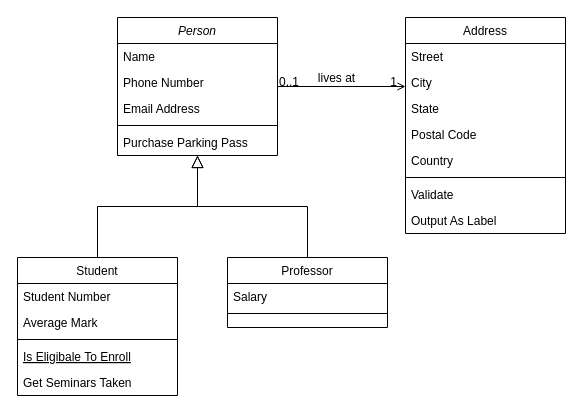
JonaCaillou/EjercicioTraineeOnready keeps this draw.io diagram as Untitled Diagram.drawio. Above is the earlier version. Source tidied: cells renumbered, new cells numbered last; positions are measured from the earlier drawing's top-left corner, leaving out a move shared by most shapes. Both pictures are drawn from the tidied source at 100%, with x=0, y=0 at pixel (17, 17).
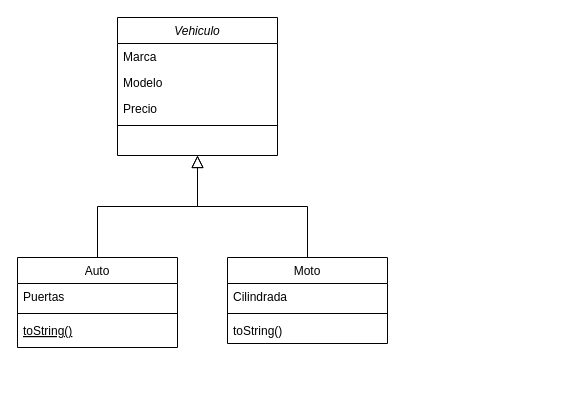
After the change.

The edit, as a diff of the source:
```diff
@@
-    <mxCell id="2" value="Person" style="swimlane;fontStyle=2;align=center;verticalAlign=top;horizontal=1;startSize=26;rounded=0;shadow=0;strokeWidth=1;" parent="1" vertex="1">
+    <mxCell id="2" value="Vehiculo" style="swimlane;fontStyle=2;align=center;verticalAlign=top;horizontal=1;startSize=26;rounded=0;shadow=0;strokeWidth=1;" parent="1" vertex="1">
       <mxGeometry x="100" width="160" height="138" as="geometry" />
     </mxCell>
-    <mxCell id="3" value="Name" style="text;align=left;verticalAlign=top;spacingLeft=4;spacingRight=4;overflow=hidden;" parent="2" vertex="1">
+    <mxCell id="3" value="Marca" style="text;align=left;verticalAlign=top;spacingLeft=4;spacingRight=4;overflow=hidden;" parent="2" vertex="1">
       <mxGeometry y="26" width="160" height="26" as="geometry" />
     </mxCell>
-    <mxCell id="4" value="Phone Number" style="text;align=left;verticalAlign=top;spacingLeft=4;spacingRight=4;overflow=hidden;rounded=0;shadow=0;html=0;" parent="2" vertex="1">
+    <mxCell id="4" value="Modelo" style="text;align=left;verticalAlign=top;spacingLeft=4;spacingRight=4;overflow=hidden;rounded=0;shadow=0;html=0;" parent="2" vertex="1">
       <mxGeometry y="52" width="160" height="26" as="geometry" />
     </mxCell>
-    <mxCell id="5" value="Email Address" style="text;align=left;verticalAlign=top;spacingLeft=4;spacingRight=4;overflow=hidden;rounded=0;shadow=0;html=0;" parent="2" vertex="1">
+    <mxCell id="5" value="Precio" style="text;align=left;verticalAlign=top;spacingLeft=4;spacingRight=4;overflow=hidden;rounded=0;shadow=0;html=0;" parent="2" vertex="1">
       <mxGeometry y="78" width="160" height="26" as="geometry" />
     </mxCell>
@@
-    <mxCell id="7" value="Purchase Parking Pass" style="text;align=left;verticalAlign=top;spacingLeft=4;spacingRight=4;overflow=hidden;" parent="2" vertex="1">
-      <mxGeometry y="112" width="160" height="26" as="geometry" />
-    </mxCell>
-    <mxCell id="8" value="Student" style="swimlane;fontStyle=0;align=center;verticalAlign=top;horizontal=1;startSize=26;rounded=0;shadow=0;strokeWidth=1;" parent="1" vertex="1">
-      <mxGeometry y="240" width="160" height="138" as="geometry" />
+    <mxCell id="8" value="Auto" style="swimlane;fontStyle=0;align=center;verticalAlign=top;horizontal=1;startSize=26;rounded=0;shadow=0;strokeWidth=1;" parent="1" vertex="1">
+      <mxGeometry y="240" width="160" height="90" as="geometry" />
     </mxCell>
-    <mxCell id="9" value="Student Number" style="text;align=left;verticalAlign=top;spacingLeft=4;spacingRight=4;overflow=hidden;" parent="8" vertex="1">
+    <mxCell id="9" value="Puertas" style="text;align=left;verticalAlign=top;spacingLeft=4;spacingRight=4;overflow=hidden;" parent="8" vertex="1">
       <mxGeometry y="26" width="160" height="26" as="geometry" />
     </mxCell>
-    <mxCell id="10" value="Average Mark" style="text;align=left;verticalAlign=top;spacingLeft=4;spacingRight=4;overflow=hidden;rounded=0;shadow=0;html=0;" parent="8" vertex="1">
-      <mxGeometry y="52" width="160" height="26" as="geometry" />
-    </mxCell>
     <mxCell id="11" style="line;html=1;strokeWidth=1;align=left;verticalAlign=middle;spacingTop=-1;spacingLeft=3;spacingRight=3;labelPosition=right;" parent="8" vertex="1">
-      <mxGeometry y="78" width="160" height="8" as="geometry" />
+      <mxGeometry y="52" width="160" height="8" as="geometry" />
     </mxCell>
-    <mxCell id="12" value="Is Eligibale To Enroll" style="text;align=left;verticalAlign=top;spacingLeft=4;spacingRight=4;overflow=hidden;fontStyle=4;" parent="8" vertex="1">
-      <mxGeometry y="86" width="160" height="26" as="geometry" />
+    <mxCell id="12" value="toString()" style="text;align=left;verticalAlign=top;spacingLeft=4;spacingRight=4;overflow=hidden;fontStyle=4;" parent="8" vertex="1">
+      <mxGeometry y="60" width="160" height="26" as="geometry" />
     </mxCell>
-    <mxCell id="13" value="Get Seminars Taken" style="text;align=left;verticalAlign=top;spacingLeft=4;spacingRight=4;overflow=hidden;" parent="8" vertex="1">
-      <mxGeometry y="112" width="160" height="26" as="geometry" />
-    </mxCell>
@@
-    <mxCell id="15" value="Professor" style="swimlane;fontStyle=0;align=center;verticalAlign=top;horizontal=1;startSize=26;rounded=0;shadow=0;strokeWidth=1;" parent="1" vertex="1">
-      <mxGeometry x="210" y="240" width="160" height="70" as="geometry" />
+    <mxCell id="15" value="Moto" style="swimlane;fontStyle=0;align=center;verticalAlign=top;horizontal=1;startSize=26;rounded=0;shadow=0;strokeWidth=1;" parent="1" vertex="1">
+      <mxGeometry x="210" y="240" width="160" height="86" as="geometry" />
     </mxCell>
-    <mxCell id="16" value="Salary" style="text;align=left;verticalAlign=top;spacingLeft=4;spacingRight=4;overflow=hidden;" parent="15" vertex="1">
+    <mxCell id="16" value="Cilindrada" style="text;align=left;verticalAlign=top;spacingLeft=4;spacingRight=4;overflow=hidden;" parent="15" vertex="1">
       <mxGeometry y="26" width="160" height="26" as="geometry" />
     </mxCell>
@@
+    <mxCell id="32" value="toString()" style="text;align=left;verticalAlign=top;spacingLeft=4;spacingRight=4;overflow=hidden;" parent="15" vertex="1">
+      <mxGeometry y="60" width="160" height="26" as="geometry" />
+    </mxCell>
@@
-    <mxCell id="19" value="Address" style="swimlane;fontStyle=0;align=center;verticalAlign=top;horizontal=1;startSize=26;rounded=0;shadow=0;strokeWidth=1;" parent="1" vertex="1">
-      <mxGeometry x="388" width="160" height="216" as="geometry" />
-    </mxCell>
-    <mxCell id="20" value="Street" style="text;align=left;verticalAlign=top;spacingLeft=4;spacingRight=4;overflow=hidden;" parent="19" vertex="1">
-      <mxGeometry y="26" width="160" height="26" as="geometry" />
-    </mxCell>
-    <mxCell id="21" value="City" style="text;align=left;verticalAlign=top;spacingLeft=4;spacingRight=4;overflow=hidden;rounded=0;shadow=0;html=0;" parent="19" vertex="1">
-      <mxGeometry y="52" width="160" height="26" as="geometry" />
-    </mxCell>
-    <mxCell id="22" value="State" style="text;align=left;verticalAlign=top;spacingLeft=4;spacingRight=4;overflow=hidden;rounded=0;shadow=0;html=0;" parent="19" vertex="1">
-      <mxGeometry y="78" width="160" height="26" as="geometry" />
-    </mxCell>
-    <mxCell id="23" value="Postal Code" style="text;align=left;verticalAlign=top;spacingLeft=4;spacingRight=4;overflow=hidden;rounded=0;shadow=0;html=0;" parent="19" vertex="1">
-      <mxGeometry y="104" width="160" height="26" as="geometry" />
-    </mxCell>
-    <mxCell id="24" value="Country" style="text;align=left;verticalAlign=top;spacingLeft=4;spacingRight=4;overflow=hidden;rounded=0;shadow=0;html=0;" parent="19" vertex="1">
-      <mxGeometry y="130" width="160" height="26" as="geometry" />
-    </mxCell>
-    <mxCell id="25" style="line;html=1;strokeWidth=1;align=left;verticalAlign=middle;spacingTop=-1;spacingLeft=3;spacingRight=3;labelPosition=right;" parent="19" vertex="1">
-      <mxGeometry y="156" width="160" height="8" as="geometry" />
-    </mxCell>
-    <mxCell id="26" value="Validate" style="text;align=left;verticalAlign=top;spacingLeft=4;spacingRight=4;overflow=hidden;" parent="19" vertex="1">
-      <mxGeometry y="164" width="160" height="26" as="geometry" />
-    </mxCell>
-    <mxCell id="27" value="Output As Label" style="text;align=left;verticalAlign=top;spacingLeft=4;spacingRight=4;overflow=hidden;" parent="19" vertex="1">
-      <mxGeometry y="190" width="160" height="26" as="geometry" />
-    </mxCell>
-    <mxCell id="28" style="endArrow=open;shadow=0;strokeWidth=1;rounded=0;endFill=1;edgeStyle=elbowEdgeStyle;elbow=vertical;" parent="1" edge="1" source="2" target="19">
-      <mxGeometry x="0.5" y="41" relative="1" as="geometry">
-        <mxPoint x="-40" y="32" as="offset" />
-      </mxGeometry>
-    </mxCell>
-    <mxCell id="29" value="0..1" style="align=left;verticalAlign=bottom;labelBackgroundColor=none;fontSize=12;" parent="28" vertex="1">
-      <mxGeometry x="-1" relative="1" as="geometry">
-        <mxPoint y="4" as="offset" />
-      </mxGeometry>
-    </mxCell>
-    <mxCell id="30" value="1" style="align=right;verticalAlign=bottom;labelBackgroundColor=none;fontSize=12;" parent="28" vertex="1">
-      <mxGeometry x="1" relative="1" as="geometry">
-        <mxPoint x="-7" y="4" as="offset" />
-      </mxGeometry>
-    </mxCell>
-    <mxCell id="31" value="lives at" style="text;html=1;align=center;verticalAlign=middle;labelBackgroundColor=none;rounded=0;shadow=0;strokeWidth=1;fontSize=12;" parent="28" vertex="1">
-      <mxGeometry x="0.5" y="49" relative="1" as="geometry">
-        <mxPoint x="-38" y="40" as="offset" />
-      </mxGeometry>
-    </mxCell>
```
